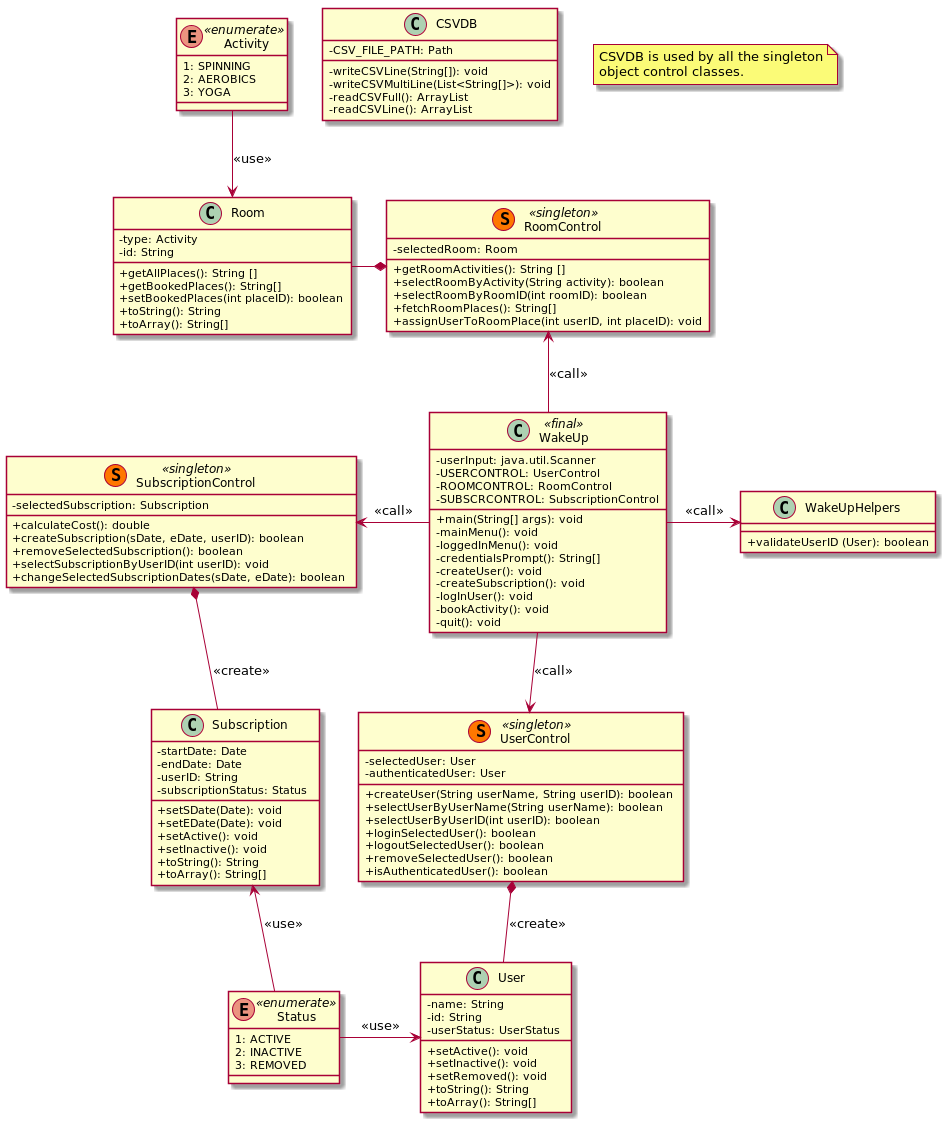
Earlier version of the PlantUML export UML_A2.png (weleoka/A02_u01).
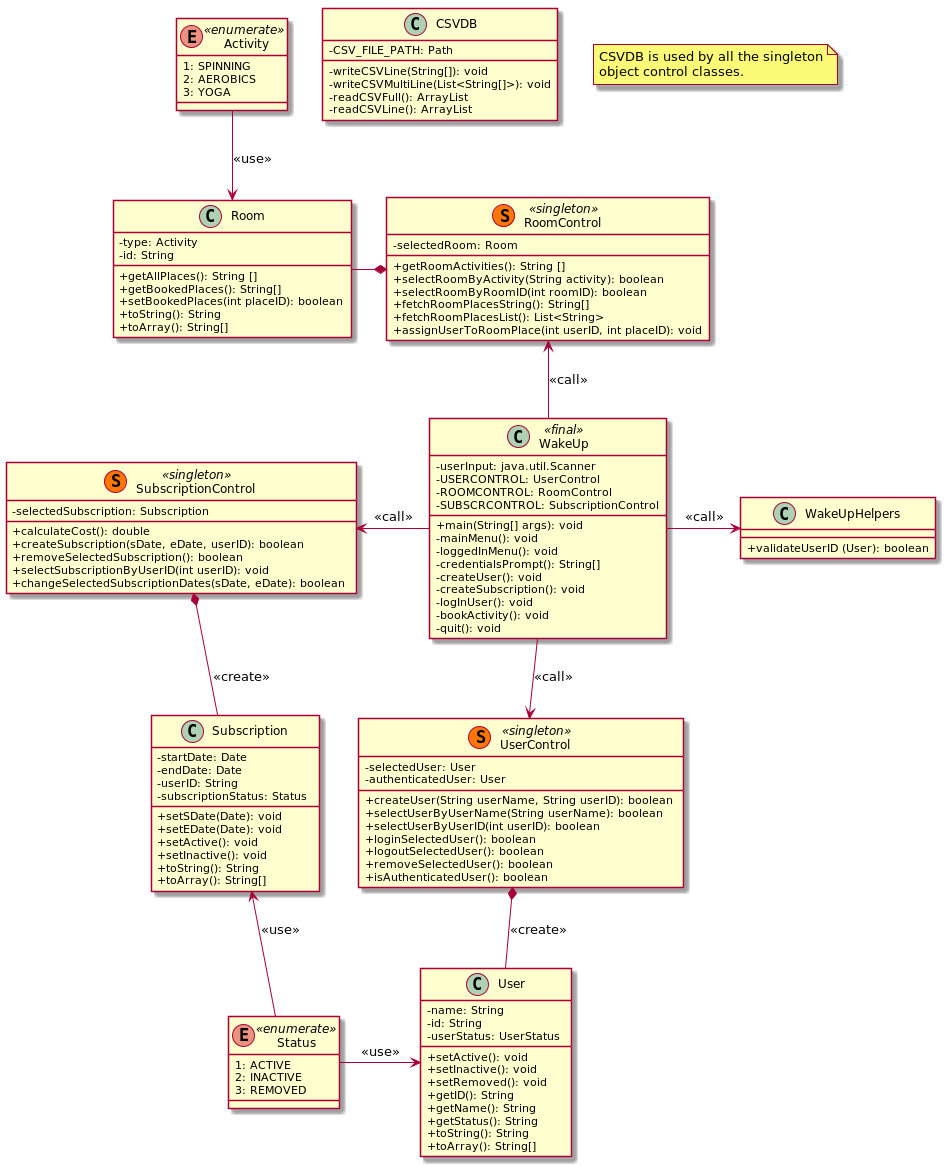
After the change.

Diff of the diagram source:
```diff
@@ -36,7 +36,8 @@
     + getRoomActivities(): String []
     + selectRoomByActivity(String activity): boolean
     + selectRoomByRoomID(int roomID): boolean
-    + fetchRoomPlaces(): String[]
+    + fetchRoomPlacesString(): String[]
+    + fetchRoomPlacesList(): List<String>
     + assignUserToRoomPlace(int userID, int placeID): void
 }
 class Room {
@@ -74,6 +75,9 @@
     + setActive(): void
     + setInactive(): void
     + setRemoved(): void
+    + getID(): String
+    + getName(): String
+    + getStatus(): String
     + toString(): String
     + toArray(): String[]
 }
```
